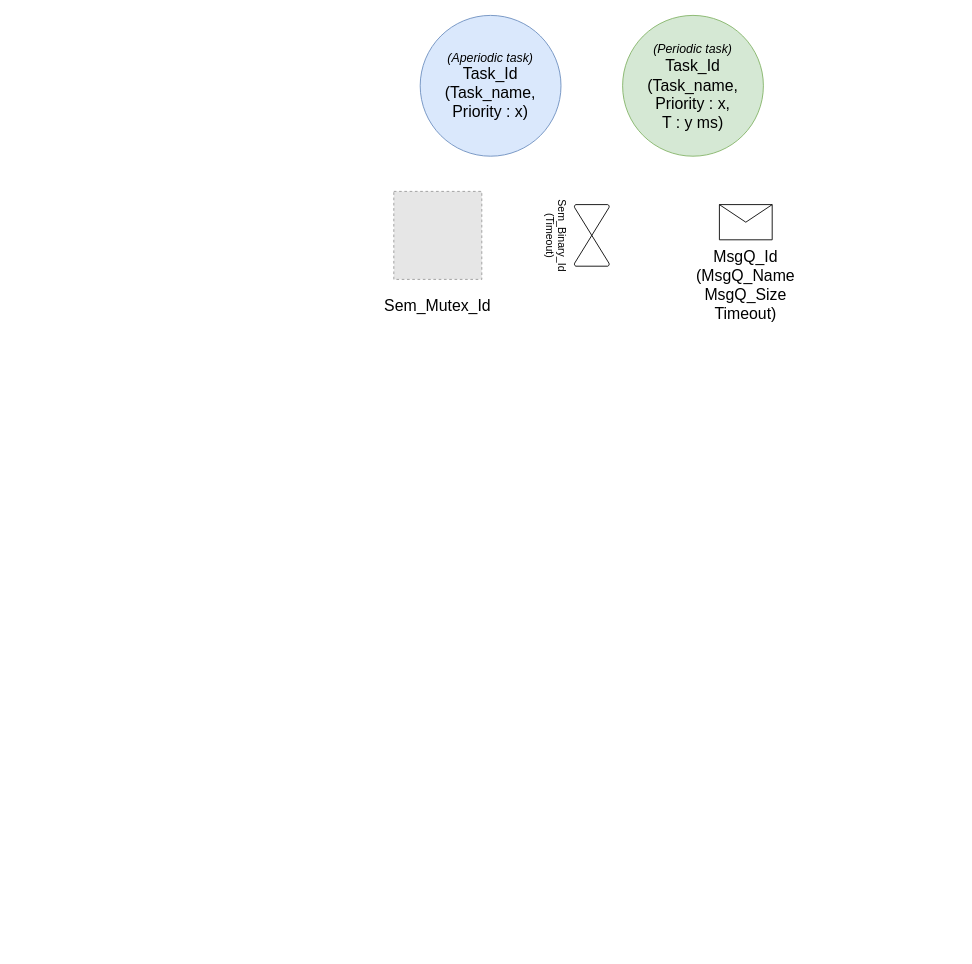
NoNo47400/rt_dumber_depo keeps this draw.io diagram as perso/conception.drawio. Above is the earlier version. Source tidied: cells renumbered, new cells numbered last; positions are measured from the earlier drawing's top-left corner, leaving out a move shared by most shapes. Both pictures are drawn from the tidied source at 88%, with x=0, y=0 at pixel (349, 15). Pictures stored in the file or linked from it are replaced by grey dashed boxes.
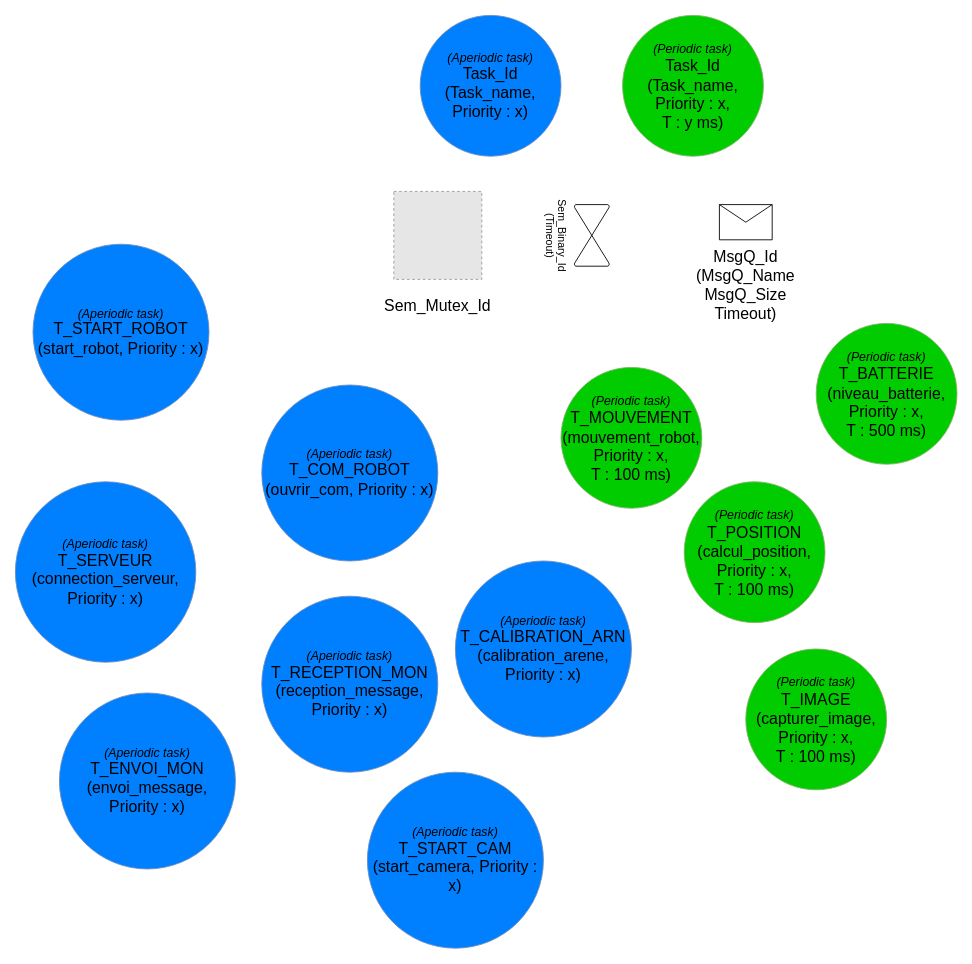
The same diagram, later.

Diff of the diagram source:
```diff
@@
-    <mxCell id="2" value="&lt;font style=&quot;font-size: 18px&quot;&gt;&lt;i style=&quot;font-size: 12px&quot;&gt;&lt;font style=&quot;font-size: 14px&quot;&gt;(Periodic task)&lt;br&gt;&lt;/font&gt;&lt;/i&gt;&lt;font size=&quot;4&quot;&gt;Task_Id&lt;/font&gt;&lt;br style=&quot;font-size: 12px&quot;&gt;&lt;font size=&quot;4&quot;&gt;(Task_name, Priority : x, &lt;br&gt;T : y ms)&lt;/font&gt;&lt;br&gt;&lt;/font&gt;" style="ellipse;whiteSpace=wrap;html=1;fillColor=#d5e8d4;strokeColor=#82b366;" parent="1" vertex="1">
+    <mxCell id="2" value="&lt;font style=&quot;font-size: 18px&quot;&gt;&lt;i style=&quot;font-size: 12px&quot;&gt;&lt;font style=&quot;font-size: 14px&quot;&gt;(Periodic task)&lt;br&gt;&lt;/font&gt;&lt;/i&gt;&lt;font size=&quot;4&quot;&gt;Task_Id&lt;/font&gt;&lt;br style=&quot;font-size: 12px&quot;&gt;&lt;font size=&quot;4&quot;&gt;(Task_name, Priority : x, &lt;br&gt;T : y ms)&lt;/font&gt;&lt;br&gt;&lt;/font&gt;" style="ellipse;whiteSpace=wrap;html=1;fillColor=#00CC00;strokeColor=#82b366;" parent="1" vertex="1">
       <mxGeometry x="310" width="160" height="160" as="geometry" />
     </mxCell>
-    <mxCell id="3" value="&lt;font&gt;&lt;i&gt;&lt;font style=&quot;font-size: 14px&quot;&gt;(Aperiodic task)&lt;br&gt;&lt;/font&gt;&lt;/i&gt;&lt;font size=&quot;4&quot;&gt;Task_Id&lt;/font&gt;&lt;br&gt;&lt;font size=&quot;4&quot;&gt;(Task_name, Priority : x)&lt;/font&gt;&lt;br&gt;&lt;/font&gt;" style="ellipse;whiteSpace=wrap;html=1;fillColor=#dae8fc;strokeColor=#6c8ebf;" parent="1" vertex="1">
+    <mxCell id="3" value="&lt;font&gt;&lt;i&gt;&lt;font style=&quot;font-size: 14px&quot;&gt;(Aperiodic task)&lt;br&gt;&lt;/font&gt;&lt;/i&gt;&lt;font size=&quot;4&quot;&gt;Task_Id&lt;/font&gt;&lt;br&gt;&lt;font size=&quot;4&quot;&gt;(Task_name, Priority : x)&lt;/font&gt;&lt;br&gt;&lt;/font&gt;" style="ellipse;whiteSpace=wrap;html=1;fillColor=#007FFF;strokeColor=#6c8ebf;" parent="1" vertex="1">
       <mxGeometry x="80" width="160" height="160" as="geometry" />
     </mxCell>
@@
+    <mxCell id="11" value="&lt;font style=&quot;font-size: 18px&quot;&gt;&lt;i style=&quot;font-size: 12px&quot;&gt;&lt;font style=&quot;font-size: 14px&quot;&gt;(Periodic task)&lt;br&gt;&lt;/font&gt;&lt;/i&gt;&lt;font size=&quot;4&quot;&gt;T_BATTERIE&lt;/font&gt;&lt;br style=&quot;font-size: 12px&quot;&gt;&lt;font size=&quot;4&quot;&gt;(niveau_batterie, Priority : x, &lt;br&gt;T : 500 ms)&lt;/font&gt;&lt;br&gt;&lt;/font&gt;" style="ellipse;whiteSpace=wrap;html=1;fillColor=#00CC00;strokeColor=#82b366;" parent="1" vertex="1">
+      <mxGeometry x="530" y="350" width="160" height="160" as="geometry" />
+    </mxCell>
+    <mxCell id="12" value="&lt;font&gt;&lt;i&gt;&lt;font style=&quot;font-size: 14px&quot;&gt;(Aperiodic task)&lt;br&gt;&lt;/font&gt;&lt;/i&gt;&lt;font size=&quot;4&quot;&gt;T_SERVEUR&lt;/font&gt;&lt;br&gt;&lt;font size=&quot;4&quot;&gt;(connection_serveur, Priority : x)&lt;/font&gt;&lt;br&gt;&lt;/font&gt;" style="ellipse;whiteSpace=wrap;html=1;fillColor=#007FFF;strokeColor=#6c8ebf;" parent="1" vertex="1">
+      <mxGeometry x="-380" y="530" width="205" height="205" as="geometry" />
+    </mxCell>
+    <mxCell id="13" value="&lt;font&gt;&lt;i&gt;&lt;font style=&quot;font-size: 14px&quot;&gt;(Aperiodic task)&lt;br&gt;&lt;/font&gt;&lt;/i&gt;&lt;font size=&quot;4&quot;&gt;T_ENVOI_MON&lt;/font&gt;&lt;br&gt;&lt;font size=&quot;4&quot;&gt;(envoi_message, Priority : x)&lt;/font&gt;&lt;br&gt;&lt;/font&gt;" style="ellipse;whiteSpace=wrap;html=1;fillColor=#007FFF;strokeColor=#6c8ebf;" parent="1" vertex="1">
+      <mxGeometry x="-330" y="770" width="200" height="200" as="geometry" />
+    </mxCell>
+    <mxCell id="14" value="&lt;font style=&quot;font-size: 18px&quot;&gt;&lt;i style=&quot;font-size: 12px&quot;&gt;&lt;font style=&quot;font-size: 14px&quot;&gt;(Periodic task)&lt;br&gt;&lt;/font&gt;&lt;/i&gt;&lt;font size=&quot;4&quot;&gt;T_POSITION&lt;/font&gt;&lt;br style=&quot;font-size: 12px&quot;&gt;&lt;font size=&quot;4&quot;&gt;(calcul_position, Priority : x, &lt;br&gt;T : 100 ms)&lt;/font&gt;&lt;br&gt;&lt;/font&gt;" style="ellipse;whiteSpace=wrap;html=1;fillColor=#00CC00;strokeColor=#82b366;" parent="1" vertex="1">
+      <mxGeometry x="380" y="530" width="160" height="160" as="geometry" />
+    </mxCell>
+    <mxCell id="15" value="&lt;font&gt;&lt;i&gt;&lt;font style=&quot;font-size: 14px&quot;&gt;(Aperiodic task)&lt;br&gt;&lt;/font&gt;&lt;/i&gt;&lt;font size=&quot;4&quot;&gt;T_RECEPTION_MON&lt;/font&gt;&lt;br&gt;&lt;font size=&quot;4&quot;&gt;(reception_message, Priority : x)&lt;/font&gt;&lt;br&gt;&lt;/font&gt;" style="ellipse;whiteSpace=wrap;html=1;fillColor=#007FFF;strokeColor=#6c8ebf;" parent="1" vertex="1">
+      <mxGeometry x="-100" y="660" width="200" height="200" as="geometry" />
+    </mxCell>
+    <mxCell id="16" value="&lt;font&gt;&lt;i&gt;&lt;font style=&quot;font-size: 14px&quot;&gt;(Aperiodic task)&lt;br&gt;&lt;/font&gt;&lt;/i&gt;&lt;font size=&quot;4&quot;&gt;T_COM_ROBOT&lt;/font&gt;&lt;br&gt;&lt;font size=&quot;4&quot;&gt;(ouvrir_com, Priority : x)&lt;/font&gt;&lt;br&gt;&lt;/font&gt;" style="ellipse;whiteSpace=wrap;html=1;fillColor=#007FFF;strokeColor=#6c8ebf;" parent="1" vertex="1">
+      <mxGeometry x="-100" y="420" width="200" height="200" as="geometry" />
+    </mxCell>
+    <mxCell id="17" value="&lt;font&gt;&lt;i&gt;&lt;font style=&quot;font-size: 14px&quot;&gt;(Aperiodic task)&lt;br&gt;&lt;/font&gt;&lt;/i&gt;&lt;font size=&quot;4&quot;&gt;T_START_ROBOT&lt;/font&gt;&lt;br&gt;&lt;font size=&quot;4&quot;&gt;(start_robot, Priority : x)&lt;/font&gt;&lt;br&gt;&lt;/font&gt;" style="ellipse;whiteSpace=wrap;html=1;fillColor=#007FFF;strokeColor=#6c8ebf;" parent="1" vertex="1">
+      <mxGeometry x="-360" y="260" width="200" height="200" as="geometry" />
+    </mxCell>
+    <mxCell id="18" value="&lt;font style=&quot;font-size: 18px&quot;&gt;&lt;i style=&quot;font-size: 12px&quot;&gt;&lt;font style=&quot;font-size: 14px&quot;&gt;(Periodic task)&lt;br&gt;&lt;/font&gt;&lt;/i&gt;&lt;font size=&quot;4&quot;&gt;T_MOUVEMENT&lt;/font&gt;&lt;br style=&quot;font-size: 12px&quot;&gt;&lt;font size=&quot;4&quot;&gt;(mouvement_robot, Priority : x, &lt;br&gt;T : 100 ms)&lt;/font&gt;&lt;br&gt;&lt;/font&gt;" style="ellipse;whiteSpace=wrap;html=1;fillColor=#00CC00;strokeColor=#82b366;" parent="1" vertex="1">
+      <mxGeometry x="240" y="400" width="160" height="160" as="geometry" />
+    </mxCell>
+    <mxCell id="19" value="&lt;font&gt;&lt;i&gt;&lt;font style=&quot;font-size: 14px&quot;&gt;(Aperiodic task)&lt;br&gt;&lt;/font&gt;&lt;/i&gt;&lt;font size=&quot;4&quot;&gt;T_START_CAM&lt;/font&gt;&lt;br&gt;&lt;font size=&quot;4&quot;&gt;(start_camera, Priority : x)&lt;/font&gt;&lt;br&gt;&lt;/font&gt;" style="ellipse;whiteSpace=wrap;html=1;fillColor=#007FFF;strokeColor=#6c8ebf;" parent="1" vertex="1">
+      <mxGeometry x="20" y="860" width="200" height="200" as="geometry" />
+    </mxCell>
+    <mxCell id="20" value="&lt;font style=&quot;font-size: 18px&quot;&gt;&lt;i style=&quot;font-size: 12px&quot;&gt;&lt;font style=&quot;font-size: 14px&quot;&gt;(Periodic task)&lt;br&gt;&lt;/font&gt;&lt;/i&gt;&lt;font size=&quot;4&quot;&gt;T_IMAGE&lt;/font&gt;&lt;br style=&quot;font-size: 12px&quot;&gt;&lt;font size=&quot;4&quot;&gt;(capturer_image, Priority : x, &lt;br&gt;T : 100 ms)&lt;/font&gt;&lt;br&gt;&lt;/font&gt;" style="ellipse;whiteSpace=wrap;html=1;fillColor=#00CC00;strokeColor=#82b366;" parent="1" vertex="1">
+      <mxGeometry x="450" y="720" width="160" height="160" as="geometry" />
+    </mxCell>
+    <mxCell id="21" value="&lt;font&gt;&lt;i&gt;&lt;font style=&quot;font-size: 14px&quot;&gt;(Aperiodic task)&lt;br&gt;&lt;/font&gt;&lt;/i&gt;&lt;font size=&quot;4&quot;&gt;T_CALIBRATION_ARN&lt;/font&gt;&lt;br&gt;&lt;font size=&quot;4&quot;&gt;(calibration_arene, Priority : x)&lt;/font&gt;&lt;br&gt;&lt;/font&gt;" style="ellipse;whiteSpace=wrap;html=1;fillColor=#007FFF;strokeColor=#6c8ebf;" parent="1" vertex="1">
+      <mxGeometry x="120" y="620" width="200" height="200" as="geometry" />
+    </mxCell>
```
